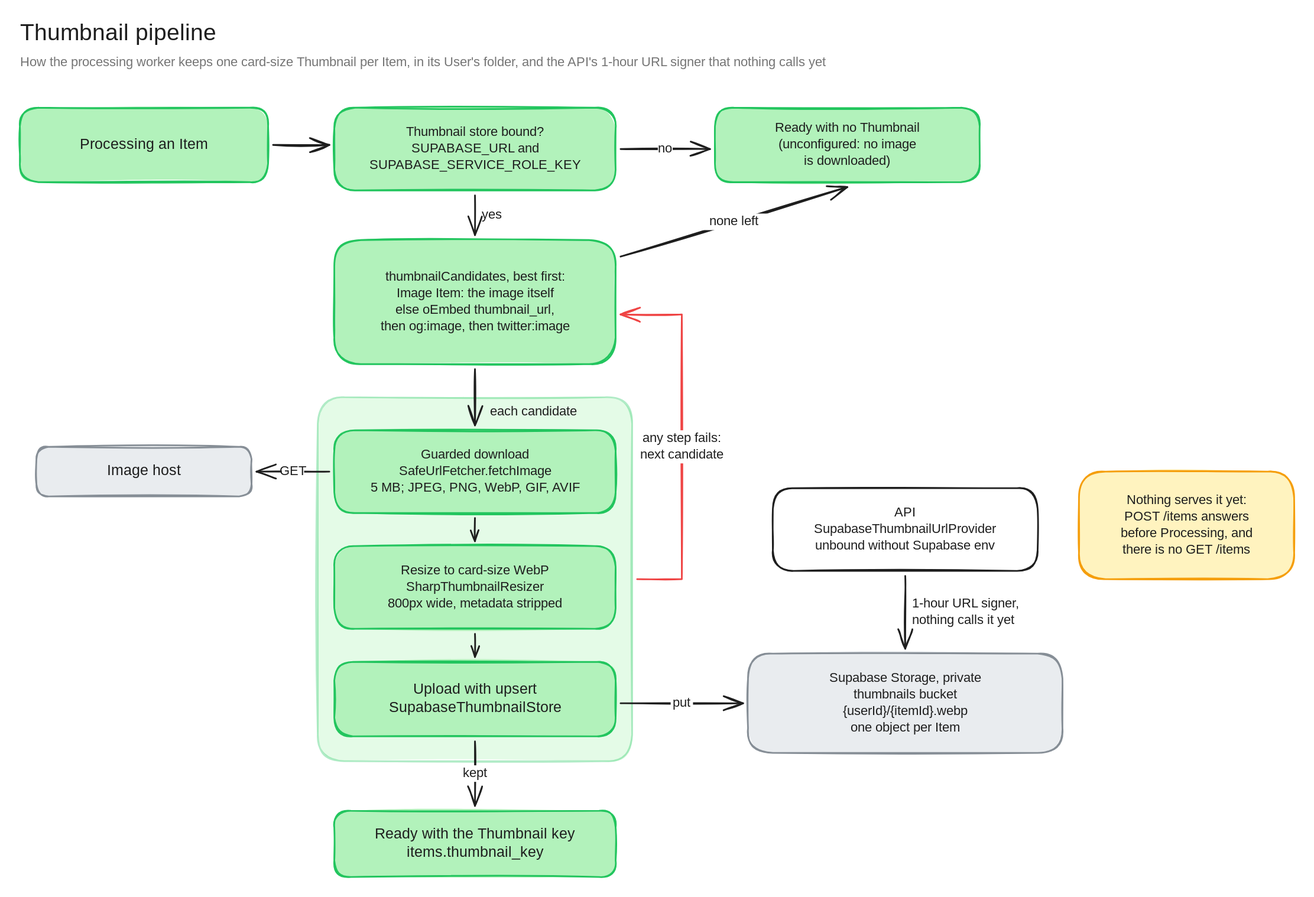
souravdotdev/Resonory keeps this Excalidraw diagram as docs/diagrams/thumbnail-pipeline.excalidraw.svg. Above is the earlier version. Source tidied: one line per element, renumbered; positions are measured from the earlier drawing's top-left corner, leaving out a move shared by most shapes.
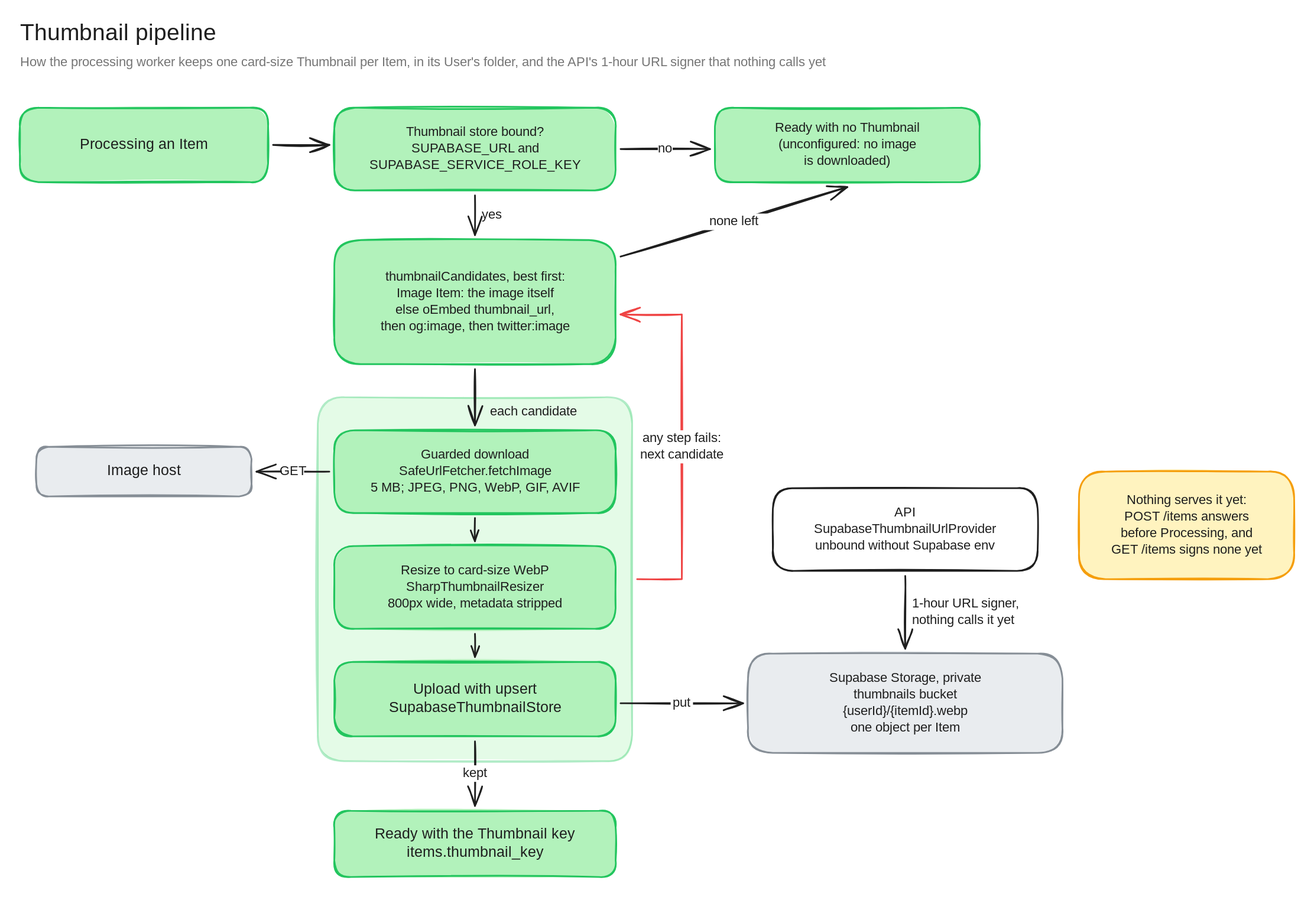
Above is the later version.

Commit message:
docs(items): the thumbnail pipeline's note no longer says the Library's route is missing

The edit, as a diff of the source:
```diff
@@ -23,7 +23,7 @@
 {"id": 22, "type": "rectangle", "strokeColor": "#1e1e1e", "backgroundColor": "#ffffff", "fillStyle": "solid", "strokeWidth": 2, "roughness": 1, "round": true, "x": 910, "y": 566, "width": 320, "height": 100}
 {"id": 23, "type": "text", "text": "API\nSupabaseThumbnailUrlProvider\nunbound without Supabase env", "strokeColor": "#1e1e1e", "strokeWidth": 2, "roughness": 1, "fontSize": 16, "fontFamily": 5, "textAlign": "center", "verticalAlign": "middle", "inside": 22, "x": 946, "y": 586, "width": 247, "height": 60}
 {"id": 24, "type": "rectangle", "strokeColor": "#f59e0b", "backgroundColor": "#fff3bf", "fillStyle": "solid", "strokeWidth": 2, "roughness": 1, "round": true, "x": 1280, "y": 546, "width": 260, "height": 130}
-{"id": 25, "type": "text", "text": "Nothing serves it yet:\nPOST /items answers\nbefore Processing, and\nthere is no GET /items", "strokeColor": "#1e1e1e", "strokeWidth": 2, "roughness": 1, "fontSize": 16, "fontFamily": 5, "textAlign": "center", "verticalAlign": "middle", "inside": 24, "x": 1313, "y": 571, "width": 194, "height": 80}
+{"id": 25, "type": "text", "text": "Nothing serves it yet:\nPOST /items answers\nbefore Processing, and\nGET /items signs none yet", "strokeColor": "#1e1e1e", "strokeWidth": 2, "roughness": 1, "fontSize": 16, "fontFamily": 5, "textAlign": "center", "verticalAlign": "middle", "inside": 24, "x": 1313, "y": 571, "width": 194, "height": 80}
 {"id": 26, "type": "rectangle", "strokeColor": "#22c55e", "backgroundColor": "#b2f2bb", "fillStyle": "solid", "strokeWidth": 2, "roughness": 1, "round": true, "x": 380, "y": 956, "width": 340, "height": 80}
 {"id": 27, "type": "text", "text": "Ready with the Thumbnail key\nitems.thumbnail_key", "strokeColor": "#1e1e1e", "strokeWidth": 2, "roughness": 1, "fontSize": 18, "fontFamily": 5, "textAlign": "center", "verticalAlign": "middle", "inside": 26, "x": 411, "y": 974, "width": 278, "height": 45}
 {"id": 28, "type": "arrow", "strokeColor": "#1e1e1e", "strokeWidth": 2, "roughness": 1, "endArrowhead": "arrow", "from": 2, "to": 4, "x": 306, "y": 151, "width": 68, "height": 0, "points": [[0, 0], [68, 0]]}
```
